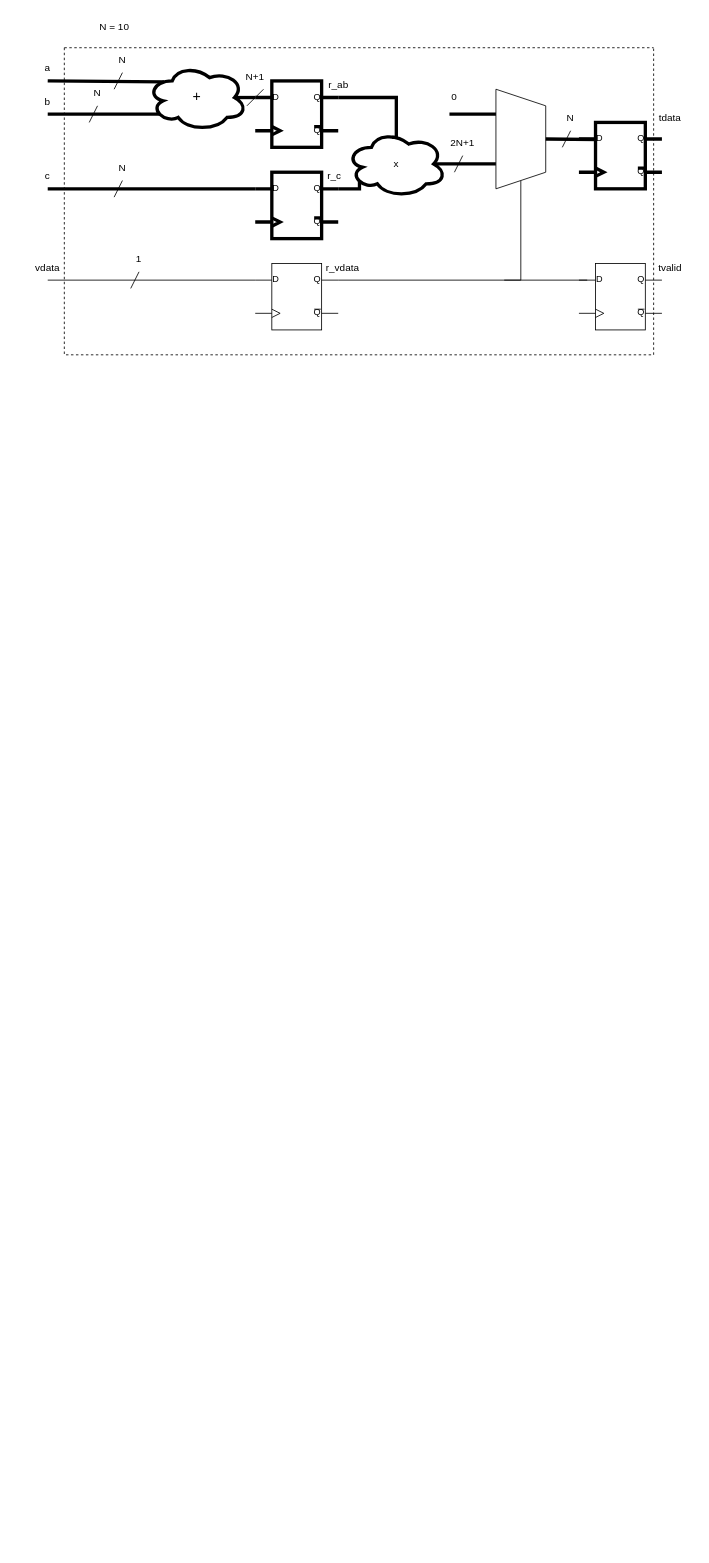
The draw.io diagram Eksamen/2023/IN3160-eksamen23.drawio in jrundht/IN3160, before the edit. Source tidied: cells renumbered, new cells numbered last; positions are measured from the earlier drawing's top-left corner, leaving out a move shared by most shapes. Both pictures are drawn from the tidied source at 83%, with x=0, y=0 at pixel (22, 14).
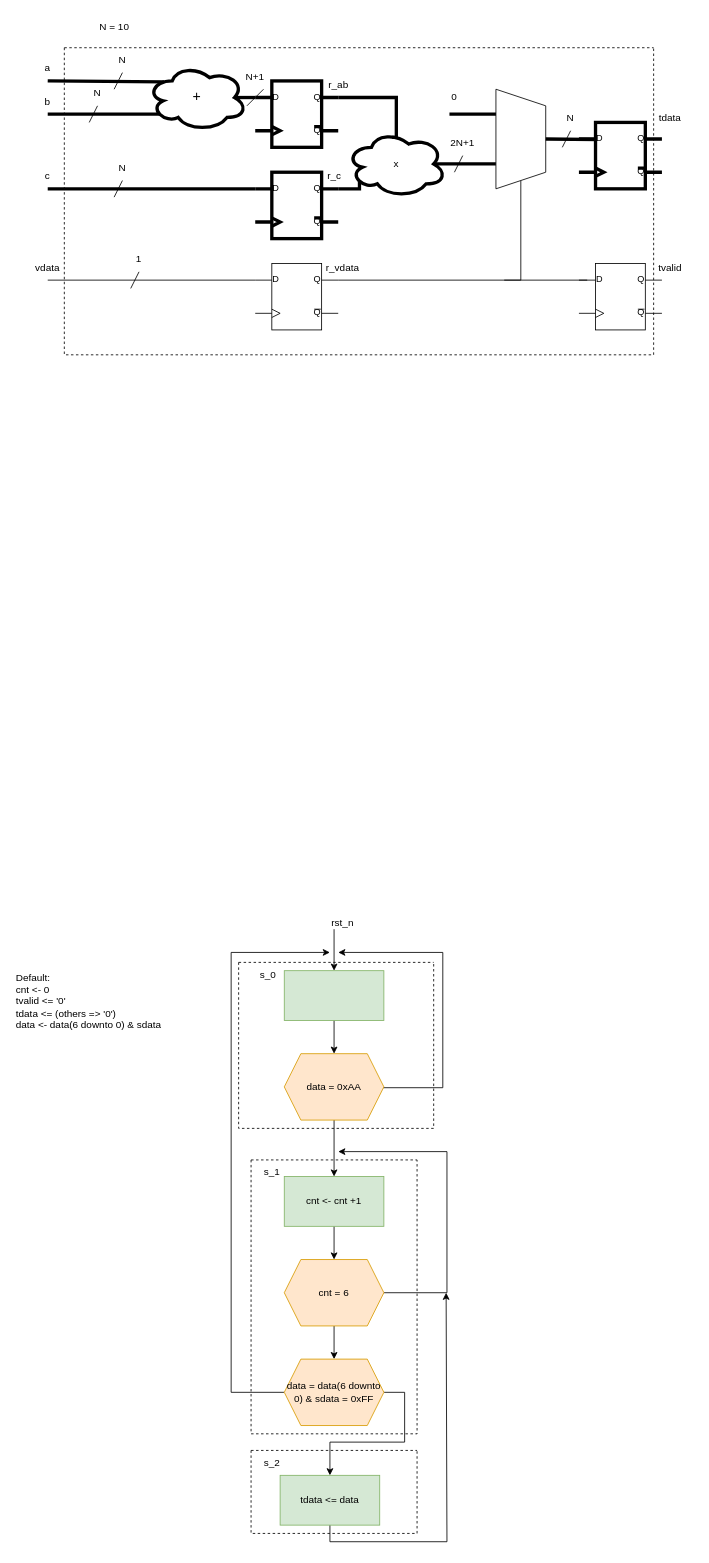
The same diagram, later.

Diff of the diagram source:
```diff
@@
+    <mxCell id="49" style="swimlane;startSize=0;dashed=1;" parent="1" vertex="1">
+      <mxGeometry x="260" y="1142" width="235" height="200" as="geometry" />
+    </mxCell>
+    <mxCell id="50" value="s_0" style="text;html=1;align=center;verticalAlign=middle;strokeColor=none;fillColor=none;" parent="49" vertex="1">
+      <mxGeometry x="15" width="40" height="30" as="geometry" />
+    </mxCell>
+    <mxCell id="51" style="endArrow=classic;html=1;rounded=0;endFill=1;" parent="1" edge="1">
+      <mxGeometry relative="1" as="geometry">
+        <mxPoint x="375" y="1102" as="sourcePoint" />
+        <mxPoint x="375" y="1152" as="targetPoint" />
+      </mxGeometry>
+    </mxCell>
+    <mxCell id="52" value="rst_n" style="text;html=1;align=center;verticalAlign=middle;strokeColor=none;fillColor=none;" parent="1" vertex="1">
+      <mxGeometry x="360" y="1080" width="50" height="30" as="geometry" />
+    </mxCell>
+    <mxCell id="53" style="edgeStyle=orthogonalEdgeStyle;rounded=0;jettySize=auto;html=1;entryX=0.5;entryY=0;entryDx=0;entryDy=0;" parent="1" edge="1" source="54" target="57">
+      <mxGeometry relative="1" as="geometry" />
+    </mxCell>
+    <mxCell id="54" style="rounded=0;whiteSpace=wrap;html=1;fillColor=#d5e8d4;strokeColor=#82b366;" parent="1" vertex="1">
+      <mxGeometry x="315" y="1152" width="120" height="60" as="geometry" />
+    </mxCell>
+    <mxCell id="55" style="edgeStyle=orthogonalEdgeStyle;rounded=0;jettySize=auto;html=1;entryX=0.5;entryY=0;entryDx=0;entryDy=0;" parent="1" edge="1" source="57" target="59">
+      <mxGeometry relative="1" as="geometry" />
+    </mxCell>
+    <mxCell id="56" style="edgeStyle=orthogonalEdgeStyle;rounded=0;orthogonalLoop=1;jettySize=auto;html=1;" parent="1" edge="1">
+      <mxGeometry relative="1" as="geometry">
+        <mxPoint x="420" y="1292" as="sourcePoint" />
+        <mxPoint x="380" y="1130" as="targetPoint" />
+        <Array as="points">
+          <mxPoint x="420" y="1293" />
+          <mxPoint x="506" y="1293" />
+        </Array>
+      </mxGeometry>
+    </mxCell>
+    <mxCell id="57" value="data = 0xAA" style="shape=hexagon;perimeter=hexagonPerimeter2;whiteSpace=wrap;html=1;fixedSize=1;fillColor=#ffe6cc;strokeColor=#d79b00;" parent="1" vertex="1">
+      <mxGeometry x="315" y="1252" width="120" height="80" as="geometry" />
+    </mxCell>
+    <mxCell id="58" style="edgeStyle=orthogonalEdgeStyle;rounded=0;jettySize=auto;html=1;entryX=0.5;entryY=0;entryDx=0;entryDy=0;" parent="1" edge="1" source="59" target="63">
+      <mxGeometry relative="1" as="geometry" />
+    </mxCell>
+    <mxCell id="59" value="cnt &amp;lt;- cnt +1" style="rounded=0;whiteSpace=wrap;html=1;fillColor=#d5e8d4;strokeColor=#82b366;" parent="1" vertex="1">
+      <mxGeometry x="315" y="1400" width="120" height="60" as="geometry" />
+    </mxCell>
+    <mxCell id="60" value="&lt;div align=&quot;left&quot;&gt;Default:&lt;/div&gt;&lt;div align=&quot;left&quot;&gt;cnt &amp;lt;- 0&lt;/div&gt;&lt;div align=&quot;left&quot;&gt;tvalid &amp;lt;= '0'&lt;/div&gt;&lt;div align=&quot;left&quot;&gt;tdata &amp;lt;= (others =&amp;gt; '0')&lt;/div&gt;&lt;div align=&quot;left&quot;&gt;data &amp;lt;- data(6 downto 0) &amp;amp; sdata&lt;/div&gt;" style="text;html=1;align=left;verticalAlign=middle;whiteSpace=wrap;rounded=0;" parent="1" vertex="1">
+      <mxGeometry x="-10" y="1100" width="240" height="178" as="geometry" />
+    </mxCell>
+    <mxCell id="61" style="edgeStyle=orthogonalEdgeStyle;rounded=0;jettySize=auto;html=1;" parent="1" edge="1" source="63">
+      <mxGeometry relative="1" as="geometry">
+        <mxPoint x="380" y="1370" as="targetPoint" />
+        <Array as="points">
+          <mxPoint x="511" y="1540" />
+        </Array>
+      </mxGeometry>
+    </mxCell>
+    <mxCell id="62" style="edgeStyle=orthogonalEdgeStyle;rounded=0;jettySize=auto;html=1;entryX=0.5;entryY=0;entryDx=0;entryDy=0;" parent="1" edge="1" source="63" target="66">
+      <mxGeometry relative="1" as="geometry" />
+    </mxCell>
+    <mxCell id="63" value="cnt = 6" style="shape=hexagon;perimeter=hexagonPerimeter2;whiteSpace=wrap;html=1;fixedSize=1;fillColor=#ffe6cc;strokeColor=#d79b00;" parent="1" vertex="1">
+      <mxGeometry x="315" y="1500" width="120" height="80" as="geometry" />
+    </mxCell>
+    <mxCell id="64" style="edgeStyle=orthogonalEdgeStyle;rounded=0;jettySize=auto;html=1;" parent="1" edge="1" source="66">
+      <mxGeometry relative="1" as="geometry">
+        <mxPoint x="370" y="1760" as="targetPoint" />
+        <Array as="points">
+          <mxPoint x="460" y="1660" />
+          <mxPoint x="460" y="1720" />
+          <mxPoint x="370" y="1720" />
+        </Array>
+      </mxGeometry>
+    </mxCell>
+    <mxCell id="65" style="edgeStyle=orthogonalEdgeStyle;rounded=0;jettySize=auto;html=1;" parent="1" edge="1" source="66">
+      <mxGeometry relative="1" as="geometry">
+        <mxPoint x="370" y="1130" as="targetPoint" />
+        <Array as="points">
+          <mxPoint x="251" y="1660" />
+          <mxPoint x="251" y="1130" />
+        </Array>
+      </mxGeometry>
+    </mxCell>
+    <mxCell id="66" value="data = data(6 downto 0) &amp;amp; sdata = 0xFF" style="shape=hexagon;perimeter=hexagonPerimeter2;whiteSpace=wrap;html=1;fixedSize=1;fillColor=#ffe6cc;strokeColor=#d79b00;" parent="1" vertex="1">
+      <mxGeometry x="315" y="1620" width="120" height="80" as="geometry" />
+    </mxCell>
+    <mxCell id="67" style="edgeStyle=orthogonalEdgeStyle;rounded=0;jettySize=auto;html=1;" parent="1" edge="1" source="68">
+      <mxGeometry relative="1" as="geometry">
+        <mxPoint x="510" y="1540" as="targetPoint" />
+        <Array as="points">
+          <mxPoint x="370" y="1840" />
+          <mxPoint x="511" y="1840" />
+        </Array>
+      </mxGeometry>
+    </mxCell>
+    <mxCell id="68" value="tdata &amp;lt;= data" style="rounded=0;whiteSpace=wrap;html=1;fillColor=#d5e8d4;strokeColor=#82b366;" parent="1" vertex="1">
+      <mxGeometry x="310" y="1760" width="120" height="60" as="geometry" />
+    </mxCell>
+    <mxCell id="69" style="swimlane;startSize=0;dashed=1;" parent="1" vertex="1">
+      <mxGeometry x="275" y="1380" width="200" height="330" as="geometry" />
+    </mxCell>
+    <mxCell id="70" value="s_1" style="text;html=1;align=center;verticalAlign=middle;strokeColor=none;fillColor=none;" parent="69" vertex="1">
+      <mxGeometry x="5" width="40" height="30" as="geometry" />
+    </mxCell>
+    <mxCell id="71" style="swimlane;startSize=0;dashed=1;" parent="1" vertex="1">
+      <mxGeometry x="275" y="1730" width="200" height="100" as="geometry" />
+    </mxCell>
+    <mxCell id="72" value="s_2" style="text;html=1;align=center;verticalAlign=middle;strokeColor=none;fillColor=none;" parent="71" vertex="1">
+      <mxGeometry x="5" width="40" height="30" as="geometry" />
+    </mxCell>
```
